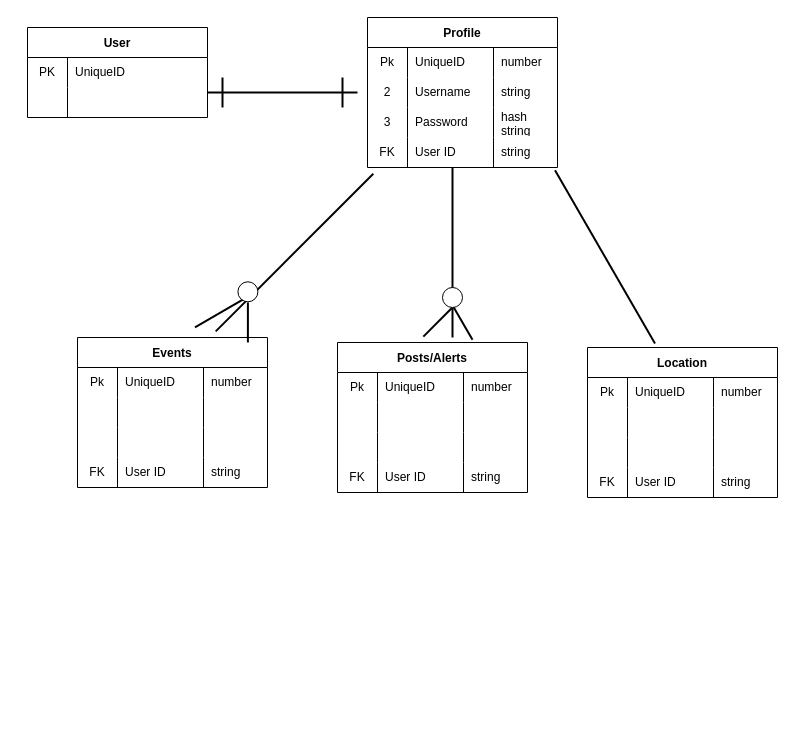
The draw.io diagram erd.drawio in mik3ymikes/erd_project, before the edit. Source tidied: cells renumbered, new cells numbered last; positions are measured from the earlier drawing's top-left corner, leaving out a move shared by most shapes. Both pictures are drawn from the tidied source at 100%, with x=0, y=0 at pixel (27, 17).
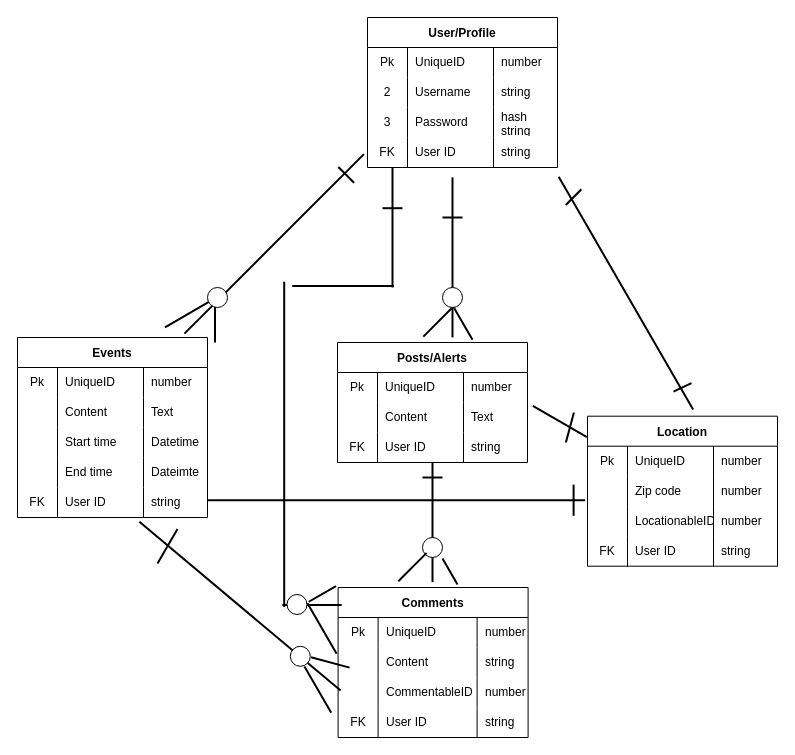
The same diagram, later.

Commit message:
finishing up ERD

The change refers to these unchanged cells:
```xml
<mxCell id="34" style="shape=tableRow;horizontal=0;startSize=0;swimlaneHead=0;swimlaneBody=0;top=0;left=0;bottom=0;right=0;fillColor=none;" parent="29" vertex="1">
  <mxGeometry y="60" width="190" height="30" as="geometry" />
</mxCell>
<mxCell id="51" style="shape=tableRow;horizontal=0;startSize=0;swimlaneHead=0;swimlaneBody=0;top=0;left=0;bottom=0;right=0;fillColor=none;" parent="46" vertex="1">
  <mxGeometry y="60" width="190" height="30" as="geometry" />
</mxCell>
<mxCell id="69" style="shape=tableRow;horizontal=0;startSize=0;swimlaneHead=0;swimlaneBody=0;top=0;left=0;bottom=0;right=0;fillColor=none;" parent="64" vertex="1">
  <mxGeometry y="60" width="190" height="30" as="geometry" />
</mxCell>
<mxCell id="73" style="shape=tableRow;horizontal=0;startSize=0;swimlaneHead=0;swimlaneBody=0;top=0;left=0;bottom=0;right=0;fillColor=none;" parent="64" vertex="1">
  <mxGeometry y="90" width="190" height="30" as="geometry" />
</mxCell>
```

Diff of the diagram source:
```diff
@@
-    <mxCell id="2" value="User" style="shape=table;startSize=30;childLayout=tableLayout;rowLines=0;fontStyle=1;" parent="1" vertex="1">
-      <mxGeometry y="10" width="180" height="90" as="geometry" />
-    </mxCell>
-    <mxCell id="3" style="shape=tableRow;horizontal=0;startSize=0;swimlaneHead=0;swimlaneBody=0;top=0;left=0;bottom=0;right=0;fillColor=none;" parent="2" vertex="1">
-      <mxGeometry y="30" width="180" height="30" as="geometry" />
-    </mxCell>
-    <mxCell id="4" value="PK" style="shape=partialRectangle;html=1;whiteSpace=wrap;fillColor=none;top=0;left=0;bottom=0;right=0;overflow=hidden;" parent="3" vertex="1">
-      <mxGeometry width="40" height="30" as="geometry" />
-    </mxCell>
-    <mxCell id="5" value="UniqueID" style="shape=partialRectangle;html=1;whiteSpace=wrap;fillColor=none;top=0;left=0;bottom=0;right=0;align=left;spacingLeft=6;overflow=hidden;" parent="3" vertex="1">
-      <mxGeometry x="40" width="140" height="30" as="geometry" />
-    </mxCell>
-    <mxCell id="6" style="shape=tableRow;horizontal=0;startSize=0;swimlaneHead=0;swimlaneBody=0;top=0;left=0;bottom=0;right=0;fillColor=none;" parent="2" vertex="1">
-      <mxGeometry y="60" width="180" height="30" as="geometry" />
-    </mxCell>
-    <mxCell id="7" style="shape=partialRectangle;html=1;whiteSpace=wrap;fillColor=none;top=0;left=0;bottom=0;right=0;overflow=hidden;" parent="6" vertex="1">
-      <mxGeometry width="40" height="30" as="geometry" />
-    </mxCell>
-    <mxCell id="8" style="shape=partialRectangle;html=1;whiteSpace=wrap;fillColor=none;top=0;left=0;bottom=0;right=0;align=left;spacingLeft=6;overflow=hidden;" parent="6" vertex="1">
-      <mxGeometry x="40" width="140" height="30" as="geometry" />
-    </mxCell>
-    <mxCell id="9" value="Profile" style="shape=table;startSize=30;childLayout=tableLayout;rowLines=0;fontStyle=1;" parent="1" vertex="1">
+    <mxCell id="9" value="User/Profile" style="shape=table;startSize=30;childLayout=tableLayout;rowLines=0;fontStyle=1;" parent="1" vertex="1">
       <mxGeometry x="340" width="190" height="150" as="geometry" />
     </mxCell>
@@
-    <mxCell id="26" style="line;strokeWidth=2;direction=south;html=1;rotation=-90;" parent="1" vertex="1">
-      <mxGeometry x="250" width="10" height="150" as="geometry" />
-    </mxCell>
-    <mxCell id="27" style="line;strokeWidth=2;direction=south;html=1;rotation=0;" parent="1" vertex="1">
-      <mxGeometry x="190" y="60" width="10" height="30" as="geometry" />
-    </mxCell>
-    <mxCell id="28" style="line;strokeWidth=2;direction=south;html=1;rotation=0;" parent="1" vertex="1">
-      <mxGeometry x="310" y="60" width="10" height="30" as="geometry" />
-    </mxCell>
     <mxCell id="29" value="Posts/Alerts" style="shape=table;startSize=30;childLayout=tableLayout;rowLines=0;fontStyle=1;" parent="1" vertex="1">
-      <mxGeometry x="310" y="325" width="190" height="150" as="geometry" />
+      <mxGeometry x="310" y="325" width="190" height="120" as="geometry" />
     </mxCell>
@@
-    <mxCell id="36" style="shape=partialRectangle;html=1;whiteSpace=wrap;fillColor=none;top=0;left=0;bottom=0;right=0;align=left;spacingLeft=6;overflow=hidden;" parent="34" vertex="1">
+    <mxCell id="36" value="Content" style="shape=partialRectangle;html=1;whiteSpace=wrap;fillColor=none;top=0;left=0;bottom=0;right=0;align=left;spacingLeft=6;overflow=hidden;" parent="34" vertex="1">
       <mxGeometry x="40" width="86" height="30" as="geometry" />
     </mxCell>
-    <mxCell id="37" style="shape=partialRectangle;html=1;whiteSpace=wrap;fillColor=none;top=0;left=0;bottom=0;right=0;align=left;spacingLeft=6;overflow=hidden;" parent="34" vertex="1">
+    <mxCell id="37" value="Text" style="shape=partialRectangle;html=1;whiteSpace=wrap;fillColor=none;top=0;left=0;bottom=0;right=0;align=left;spacingLeft=6;overflow=hidden;" parent="34" vertex="1">
       <mxGeometry x="126" width="64" height="30" as="geometry" />
     </mxCell>
-    <mxCell id="38" style="shape=tableRow;horizontal=0;startSize=0;swimlaneHead=0;swimlaneBody=0;top=0;left=0;bottom=0;right=0;fillColor=none;" parent="29" vertex="1">
-      <mxGeometry y="90" width="190" height="30" as="geometry" />
-    </mxCell>
-    <mxCell id="39" style="shape=partialRectangle;html=1;whiteSpace=wrap;fillColor=none;top=0;left=0;bottom=0;right=0;overflow=hidden;" parent="38" vertex="1">
-      <mxGeometry width="40" height="30" as="geometry" />
-    </mxCell>
-    <mxCell id="40" style="shape=partialRectangle;html=1;whiteSpace=wrap;fillColor=none;top=0;left=0;bottom=0;right=0;align=left;spacingLeft=6;overflow=hidden;" parent="38" vertex="1">
-      <mxGeometry x="40" width="86" height="30" as="geometry" />
-    </mxCell>
-    <mxCell id="41" style="shape=partialRectangle;html=1;whiteSpace=wrap;fillColor=none;top=0;left=0;bottom=0;right=0;align=left;spacingLeft=6;overflow=hidden;" parent="38" vertex="1">
-      <mxGeometry x="126" width="64" height="30" as="geometry" />
-    </mxCell>
     <mxCell id="42" style="shape=tableRow;horizontal=0;startSize=0;swimlaneHead=0;swimlaneBody=0;top=0;left=0;bottom=0;right=0;fillColor=none;" parent="29" vertex="1">
-      <mxGeometry y="120" width="190" height="30" as="geometry" />
+      <mxGeometry y="90" width="190" height="30" as="geometry" />
     </mxCell>
@@
     <mxCell id="46" value="Events" style="shape=table;startSize=30;childLayout=tableLayout;rowLines=0;fontStyle=1;" parent="1" vertex="1">
-      <mxGeometry x="50" y="320" width="190" height="150" as="geometry" />
+      <mxGeometry x="-10" y="320" width="190" height="180" as="geometry" />
     </mxCell>
@@
-    <mxCell id="53" style="shape=partialRectangle;html=1;whiteSpace=wrap;fillColor=none;top=0;left=0;bottom=0;right=0;align=left;spacingLeft=6;overflow=hidden;" parent="51" vertex="1">
+    <mxCell id="53" value="Content" style="shape=partialRectangle;html=1;whiteSpace=wrap;fillColor=none;top=0;left=0;bottom=0;right=0;align=left;spacingLeft=6;overflow=hidden;" parent="51" vertex="1">
       <mxGeometry x="40" width="86" height="30" as="geometry" />
     </mxCell>
-    <mxCell id="54" style="shape=partialRectangle;html=1;whiteSpace=wrap;fillColor=none;top=0;left=0;bottom=0;right=0;align=left;spacingLeft=6;overflow=hidden;" parent="51" vertex="1">
+    <mxCell id="54" value="Text" style="shape=partialRectangle;html=1;whiteSpace=wrap;fillColor=none;top=0;left=0;bottom=0;right=0;align=left;spacingLeft=6;overflow=hidden;" parent="51" vertex="1">
       <mxGeometry x="126" width="64" height="30" as="geometry" />
     </mxCell>
+    <mxCell id="89" style="shape=tableRow;horizontal=0;startSize=0;swimlaneHead=0;swimlaneBody=0;top=0;left=0;bottom=0;right=0;fillColor=none;" parent="46" vertex="1">
+      <mxGeometry y="90" width="190" height="30" as="geometry" />
+    </mxCell>
+    <mxCell id="90" style="shape=partialRectangle;html=1;whiteSpace=wrap;fillColor=none;top=0;left=0;bottom=0;right=0;overflow=hidden;" parent="89" vertex="1">
+      <mxGeometry width="40" height="30" as="geometry" />
+    </mxCell>
+    <mxCell id="91" value="Start time" style="shape=partialRectangle;html=1;whiteSpace=wrap;fillColor=none;top=0;left=0;bottom=0;right=0;align=left;spacingLeft=6;overflow=hidden;" parent="89" vertex="1">
+      <mxGeometry x="40" width="86" height="30" as="geometry" />
+    </mxCell>
+    <mxCell id="92" value="Datetime" style="shape=partialRectangle;html=1;whiteSpace=wrap;fillColor=none;top=0;left=0;bottom=0;right=0;align=left;spacingLeft=6;overflow=hidden;" parent="89" vertex="1">
+      <mxGeometry x="126" width="64" height="30" as="geometry" />
+    </mxCell>
     <mxCell id="55" style="shape=tableRow;horizontal=0;startSize=0;swimlaneHead=0;swimlaneBody=0;top=0;left=0;bottom=0;right=0;fillColor=none;" parent="46" vertex="1">
-      <mxGeometry y="90" width="190" height="30" as="geometry" />
+      <mxGeometry y="120" width="190" height="30" as="geometry" />
     </mxCell>
@@
-    <mxCell id="57" style="shape=partialRectangle;html=1;whiteSpace=wrap;fillColor=none;top=0;left=0;bottom=0;right=0;align=left;spacingLeft=6;overflow=hidden;" parent="55" vertex="1">
+    <mxCell id="57" value="End time" style="shape=partialRectangle;html=1;whiteSpace=wrap;fillColor=none;top=0;left=0;bottom=0;right=0;align=left;spacingLeft=6;overflow=hidden;" parent="55" vertex="1">
       <mxGeometry x="40" width="86" height="30" as="geometry" />
     </mxCell>
-    <mxCell id="58" style="shape=partialRectangle;html=1;whiteSpace=wrap;fillColor=none;top=0;left=0;bottom=0;right=0;align=left;spacingLeft=6;overflow=hidden;" parent="55" vertex="1">
+    <mxCell id="58" value="Dateimte" style="shape=partialRectangle;html=1;whiteSpace=wrap;fillColor=none;top=0;left=0;bottom=0;right=0;align=left;spacingLeft=6;overflow=hidden;" parent="55" vertex="1">
       <mxGeometry x="126" width="64" height="30" as="geometry" />
     </mxCell>
     <mxCell id="59" style="shape=tableRow;horizontal=0;startSize=0;swimlaneHead=0;swimlaneBody=0;top=0;left=0;bottom=0;right=0;fillColor=none;" parent="46" vertex="1">
-      <mxGeometry y="120" width="190" height="30" as="geometry" />
+      <mxGeometry y="150" width="190" height="30" as="geometry" />
     </mxCell>
@@
     <mxCell id="63" style="line;strokeWidth=2;direction=south;html=1;rotation=-135;" parent="1" vertex="1">
-      <mxGeometry x="262" y="123.6" width="10" height="222.9" as="geometry" />
+      <mxGeometry x="241.7" y="99.4" width="10" height="253.9" as="geometry" />
     </mxCell>
     <mxCell id="64" value="Location" style="shape=table;startSize=30;childLayout=tableLayout;rowLines=0;fontStyle=1;" parent="1" vertex="1">
-      <mxGeometry x="560" y="330" width="190" height="150" as="geometry" />
+      <mxGeometry x="560" y="398.7" width="190" height="150" as="geometry" />
     </mxCell>
@@
-    <mxCell id="71" style="shape=partialRectangle;html=1;whiteSpace=wrap;fillColor=none;top=0;left=0;bottom=0;right=0;align=left;spacingLeft=6;overflow=hidden;" parent="69" vertex="1">
+    <mxCell id="71" value="Zip code" style="shape=partialRectangle;html=1;whiteSpace=wrap;fillColor=none;top=0;left=0;bottom=0;right=0;align=left;spacingLeft=6;overflow=hidden;" parent="69" vertex="1">
       <mxGeometry x="40" width="86" height="30" as="geometry" />
     </mxCell>
-    <mxCell id="72" style="shape=partialRectangle;html=1;whiteSpace=wrap;fillColor=none;top=0;left=0;bottom=0;right=0;align=left;spacingLeft=6;overflow=hidden;" parent="69" vertex="1">
+    <mxCell id="72" value="number" style="shape=partialRectangle;html=1;whiteSpace=wrap;fillColor=none;top=0;left=0;bottom=0;right=0;align=left;spacingLeft=6;overflow=hidden;" parent="69" vertex="1">
       <mxGeometry x="126" width="64" height="30" as="geometry" />
     </mxCell>
@@
-    <mxCell id="75" style="shape=partialRectangle;html=1;whiteSpace=wrap;fillColor=none;top=0;left=0;bottom=0;right=0;align=left;spacingLeft=6;overflow=hidden;" parent="73" vertex="1">
+    <mxCell id="75" value="LocationableID" style="shape=partialRectangle;html=1;whiteSpace=wrap;fillColor=none;top=0;left=0;bottom=0;right=0;align=left;spacingLeft=6;overflow=hidden;" parent="73" vertex="1">
       <mxGeometry x="40" width="86" height="30" as="geometry" />
     </mxCell>
-    <mxCell id="76" style="shape=partialRectangle;html=1;whiteSpace=wrap;fillColor=none;top=0;left=0;bottom=0;right=0;align=left;spacingLeft=6;overflow=hidden;" parent="73" vertex="1">
+    <mxCell id="76" value="number" style="shape=partialRectangle;html=1;whiteSpace=wrap;fillColor=none;top=0;left=0;bottom=0;right=0;align=left;spacingLeft=6;overflow=hidden;" parent="73" vertex="1">
       <mxGeometry x="126" width="64" height="30" as="geometry" />
     </mxCell>
@@
     <mxCell id="81" style="line;strokeWidth=2;direction=south;html=1;rotation=-180;" parent="1" vertex="1">
-      <mxGeometry x="420" y="150" width="10" height="170" as="geometry" />
+      <mxGeometry x="420" y="159.9" width="10" height="160" as="geometry" />
     </mxCell>
     <mxCell id="82" style="line;strokeWidth=2;direction=south;html=1;rotation=150;" parent="1" vertex="1">
-      <mxGeometry x="572.5" y="139.4" width="10" height="200" as="geometry" />
+      <mxGeometry x="593.4" y="141.2" width="10" height="268.9" as="geometry" />
     </mxCell>
     <mxCell id="83" style="line;strokeWidth=2;direction=south;html=1;rotation=-120;" parent="1" vertex="1">
-      <mxGeometry x="190" y="264.3" width="7.5" height="60.7" as="geometry" />
+      <mxGeometry x="160" y="264.3" width="7.5" height="60.7" as="geometry" />
     </mxCell>
     <mxCell id="84" style="line;strokeWidth=2;direction=west;html=1;rotation=-90;" parent="1" vertex="1">
-      <mxGeometry x="200.4" y="301.2" width="40" height="7.5" as="geometry" />
+      <mxGeometry x="167.5" y="301.2" width="40" height="7.5" as="geometry" />
     </mxCell>
@@
     <mxCell id="87" style="ellipse;whiteSpace=wrap;html=1;" parent="1" vertex="1">
-      <mxGeometry x="210.4" y="264.3" width="20" height="20" as="geometry" />
+      <mxGeometry x="180" y="270" width="20" height="20" as="geometry" />
     </mxCell>
@@
+    <mxCell id="93" value="Comments" style="shape=table;startSize=30;childLayout=tableLayout;rowLines=0;fontStyle=1;" parent="1" vertex="1">
+      <mxGeometry x="310.6" y="570" width="190" height="150" as="geometry" />
+    </mxCell>
+    <mxCell id="94" style="shape=tableRow;horizontal=0;startSize=0;swimlaneHead=0;swimlaneBody=0;top=0;left=0;bottom=0;right=0;fillColor=none;" parent="93" vertex="1">
+      <mxGeometry y="30" width="190" height="30" as="geometry" />
+    </mxCell>
+    <mxCell id="95" value="Pk" style="shape=partialRectangle;html=1;whiteSpace=wrap;fillColor=none;top=0;left=0;bottom=0;right=0;overflow=hidden;" parent="94" vertex="1">
+      <mxGeometry width="40" height="30" as="geometry" />
+    </mxCell>
+    <mxCell id="5" value="UniqueID" style="shape=partialRectangle;html=1;whiteSpace=wrap;fillColor=none;top=0;left=0;bottom=0;right=0;align=left;spacingLeft=6;overflow=hidden;" parent="94" vertex="1">
+      <mxGeometry x="40" width="99" height="30" as="geometry" />
+    </mxCell>
+    <mxCell id="96" value="number" style="shape=partialRectangle;html=1;whiteSpace=wrap;fillColor=none;top=0;left=0;bottom=0;right=0;align=left;spacingLeft=6;overflow=hidden;" parent="94" vertex="1">
+      <mxGeometry x="139" width="51" height="30" as="geometry" />
+    </mxCell>
+    <mxCell id="97" style="shape=tableRow;horizontal=0;startSize=0;swimlaneHead=0;swimlaneBody=0;top=0;left=0;bottom=0;right=0;fillColor=none;" parent="93" vertex="1">
+      <mxGeometry y="60" width="190" height="30" as="geometry" />
+    </mxCell>
+    <mxCell id="98" style="shape=partialRectangle;html=1;whiteSpace=wrap;fillColor=none;top=0;left=0;bottom=0;right=0;overflow=hidden;" parent="97" vertex="1">
+      <mxGeometry width="40" height="30" as="geometry" />
+    </mxCell>
+    <mxCell id="99" value="Content&amp;nbsp;" style="shape=partialRectangle;html=1;whiteSpace=wrap;fillColor=none;top=0;left=0;bottom=0;right=0;align=left;spacingLeft=6;overflow=hidden;" parent="97" vertex="1">
+      <mxGeometry x="40" width="99" height="30" as="geometry" />
+    </mxCell>
+    <mxCell id="100" value="string" style="shape=partialRectangle;html=1;whiteSpace=wrap;fillColor=none;top=0;left=0;bottom=0;right=0;align=left;spacingLeft=6;overflow=hidden;" parent="97" vertex="1">
+      <mxGeometry x="139" width="51" height="30" as="geometry" />
+    </mxCell>
+    <mxCell id="101" style="shape=tableRow;horizontal=0;startSize=0;swimlaneHead=0;swimlaneBody=0;top=0;left=0;bottom=0;right=0;fillColor=none;" parent="93" vertex="1">
+      <mxGeometry y="90" width="190" height="30" as="geometry" />
+    </mxCell>
+    <mxCell id="102" style="shape=partialRectangle;html=1;whiteSpace=wrap;fillColor=none;top=0;left=0;bottom=0;right=0;overflow=hidden;" parent="101" vertex="1">
+      <mxGeometry width="40" height="30" as="geometry" />
+    </mxCell>
+    <mxCell id="103" value="CommentableID" style="shape=partialRectangle;html=1;whiteSpace=wrap;fillColor=none;top=0;left=0;bottom=0;right=0;align=left;spacingLeft=6;overflow=hidden;" parent="101" vertex="1">
+      <mxGeometry x="40" width="99" height="30" as="geometry" />
+    </mxCell>
+    <mxCell id="104" value="number" style="shape=partialRectangle;html=1;whiteSpace=wrap;fillColor=none;top=0;left=0;bottom=0;right=0;align=left;spacingLeft=6;overflow=hidden;" parent="101" vertex="1">
+      <mxGeometry x="139" width="51" height="30" as="geometry" />
+    </mxCell>
+    <mxCell id="105" style="shape=tableRow;horizontal=0;startSize=0;swimlaneHead=0;swimlaneBody=0;top=0;left=0;bottom=0;right=0;fillColor=none;" parent="93" vertex="1">
+      <mxGeometry y="120" width="190" height="30" as="geometry" />
+    </mxCell>
+    <mxCell id="106" value="FK" style="shape=partialRectangle;html=1;whiteSpace=wrap;fillColor=none;top=0;left=0;bottom=0;right=0;overflow=hidden;" parent="105" vertex="1">
+      <mxGeometry width="40" height="30" as="geometry" />
+    </mxCell>
+    <mxCell id="107" value="User ID" style="shape=partialRectangle;html=1;whiteSpace=wrap;fillColor=none;top=0;left=0;bottom=0;right=0;align=left;spacingLeft=6;overflow=hidden;" parent="105" vertex="1">
+      <mxGeometry x="40" width="99" height="30" as="geometry" />
+    </mxCell>
+    <mxCell id="108" value="string" style="shape=partialRectangle;html=1;whiteSpace=wrap;fillColor=none;top=0;left=0;bottom=0;right=0;align=left;spacingLeft=6;overflow=hidden;" parent="105" vertex="1">
+      <mxGeometry x="139" width="51" height="30" as="geometry" />
+    </mxCell>
+    <mxCell id="109" style="line;strokeWidth=2;direction=south;html=1;rotation=-180;" parent="1" vertex="1">
+      <mxGeometry x="400" y="445" width="10" height="119.6" as="geometry" />
+    </mxCell>
+    <mxCell id="110" style="line;strokeWidth=2;direction=south;html=1;rotation=-180;" parent="1" vertex="1">
+      <mxGeometry x="251.7" y="264.3" width="10" height="325.2" as="geometry" />
+    </mxCell>
+    <mxCell id="111" style="line;strokeWidth=2;direction=south;html=1;rotation=-90;" parent="1" vertex="1">
+      <mxGeometry x="310.6" y="217.8" width="10" height="101.6" as="geometry" />
+    </mxCell>
+    <mxCell id="112" style="line;strokeWidth=2;direction=south;html=1;rotation=-90;" parent="1" vertex="1">
+      <mxGeometry x="279.5" y="557.7" width="10" height="59.4" as="geometry" />
+    </mxCell>
+    <mxCell id="113" style="line;strokeWidth=2;direction=south;html=1;rotation=0;" parent="1" vertex="1">
+      <mxGeometry x="360" y="150" width="10" height="120" as="geometry" />
+    </mxCell>
+    <mxCell id="114" style="ellipse;whiteSpace=wrap;html=1;" parent="1" vertex="1">
+      <mxGeometry x="395" y="520" width="20" height="20" as="geometry" />
+    </mxCell>
+    <mxCell id="115" style="line;strokeWidth=2;direction=west;html=1;rotation=-45;" parent="1" vertex="1">
+      <mxGeometry x="365" y="545.8" width="40" height="7.5" as="geometry" />
+    </mxCell>
+    <mxCell id="116" style="line;strokeWidth=2;direction=west;html=1;rotation=-120;" parent="1" vertex="1">
+      <mxGeometry x="407.5" y="550.2" width="30" height="7.5" as="geometry" />
+    </mxCell>
+    <mxCell id="117" style="line;strokeWidth=2;direction=south;html=1;rotation=-50;" parent="1" vertex="1">
+      <mxGeometry x="207.5" y="457.4" width="10" height="262.6" as="geometry" />
+    </mxCell>
+    <mxCell id="118" style="ellipse;whiteSpace=wrap;html=1;" parent="1" vertex="1">
+      <mxGeometry x="262.8" y="628.8" width="20" height="20" as="geometry" />
+    </mxCell>
+    <mxCell id="119" style="line;strokeWidth=2;direction=west;html=1;rotation=-120;" parent="1" vertex="1">
+      <mxGeometry x="263.6" y="668.4" width="53.5" height="7.5" as="geometry" />
+    </mxCell>
+    <mxCell id="120" style="line;strokeWidth=2;direction=west;html=1;rotation=-165;" parent="1" vertex="1">
+      <mxGeometry x="282.8" y="641.2" width="40" height="7.5" as="geometry" />
+    </mxCell>
+    <mxCell id="121" style="line;strokeWidth=2;direction=south;html=1;rotation=45;" parent="1" vertex="1">
+      <mxGeometry x="541.1" y="168.5" width="10" height="22.2" as="geometry" />
+    </mxCell>
+    <mxCell id="122" style="line;strokeWidth=2;direction=south;html=1;rotation=-115;" parent="1" vertex="1">
+      <mxGeometry x="650" y="360" width="10" height="19.8" as="geometry" />
+    </mxCell>
+    <mxCell id="123" style="line;strokeWidth=2;direction=south;html=1;rotation=-90;" parent="1" vertex="1">
+      <mxGeometry x="420" y="190" width="10" height="20" as="geometry" />
+    </mxCell>
+    <mxCell id="124" style="line;strokeWidth=2;direction=south;html=1;rotation=-90;" parent="1" vertex="1">
+      <mxGeometry x="350" y="180.7" width="30" height="20" as="geometry" />
+    </mxCell>
+    <mxCell id="125" style="line;strokeWidth=2;direction=south;html=1;rotation=-90;" parent="1" vertex="1">
+      <mxGeometry x="400" y="450" width="10" height="20" as="geometry" />
+    </mxCell>
+    <mxCell id="126" style="ellipse;whiteSpace=wrap;html=1;" parent="1" vertex="1">
+      <mxGeometry x="259.5" y="577" width="20" height="20" as="geometry" />
+    </mxCell>
+    <mxCell id="127" style="line;strokeWidth=2;direction=west;html=1;rotation=-120;" parent="1" vertex="1">
+      <mxGeometry x="265.4" y="605.9" width="58.3" height="10" as="geometry" />
+    </mxCell>
+    <mxCell id="128" style="line;strokeWidth=2;direction=north;html=1;rotation=-120;" parent="1" vertex="1">
+      <mxGeometry x="290" y="560.7" width="9.8" height="31.4" as="geometry" />
+    </mxCell>
+    <mxCell id="129" style="line;strokeWidth=2;direction=south;html=1;rotation=-150;" parent="1" vertex="1">
+      <mxGeometry x="135" y="508.7" width="10" height="40" as="geometry" />
+    </mxCell>
+    <mxCell id="130" style="line;strokeWidth=2;direction=south;html=1;rotation=-45;" parent="1" vertex="1">
+      <mxGeometry x="313.7" y="146.3" width="10" height="22.2" as="geometry" />
+    </mxCell>
+    <mxCell id="131" style="line;strokeWidth=2;direction=south;html=1;rotation=90;" parent="1" vertex="1">
+      <mxGeometry x="364.1" y="294.1" width="10" height="377.1" as="geometry" />
+    </mxCell>
+    <mxCell id="132" style="line;strokeWidth=2;direction=south;html=1;rotation=-180;" parent="1" vertex="1">
+      <mxGeometry x="541.1" y="467.1" width="10" height="31.2" as="geometry" />
+    </mxCell>
+    <mxCell id="133" style="line;strokeWidth=2;direction=south;html=1;rotation=120;" parent="1" vertex="1">
+      <mxGeometry x="527.4" y="372.8" width="10" height="62.5" as="geometry" />
+    </mxCell>
+    <mxCell id="134" style="line;strokeWidth=2;direction=south;html=1;rotation=-165;" parent="1" vertex="1">
+      <mxGeometry x="537.4" y="394.4" width="10" height="31.2" as="geometry" />
+    </mxCell>
```
